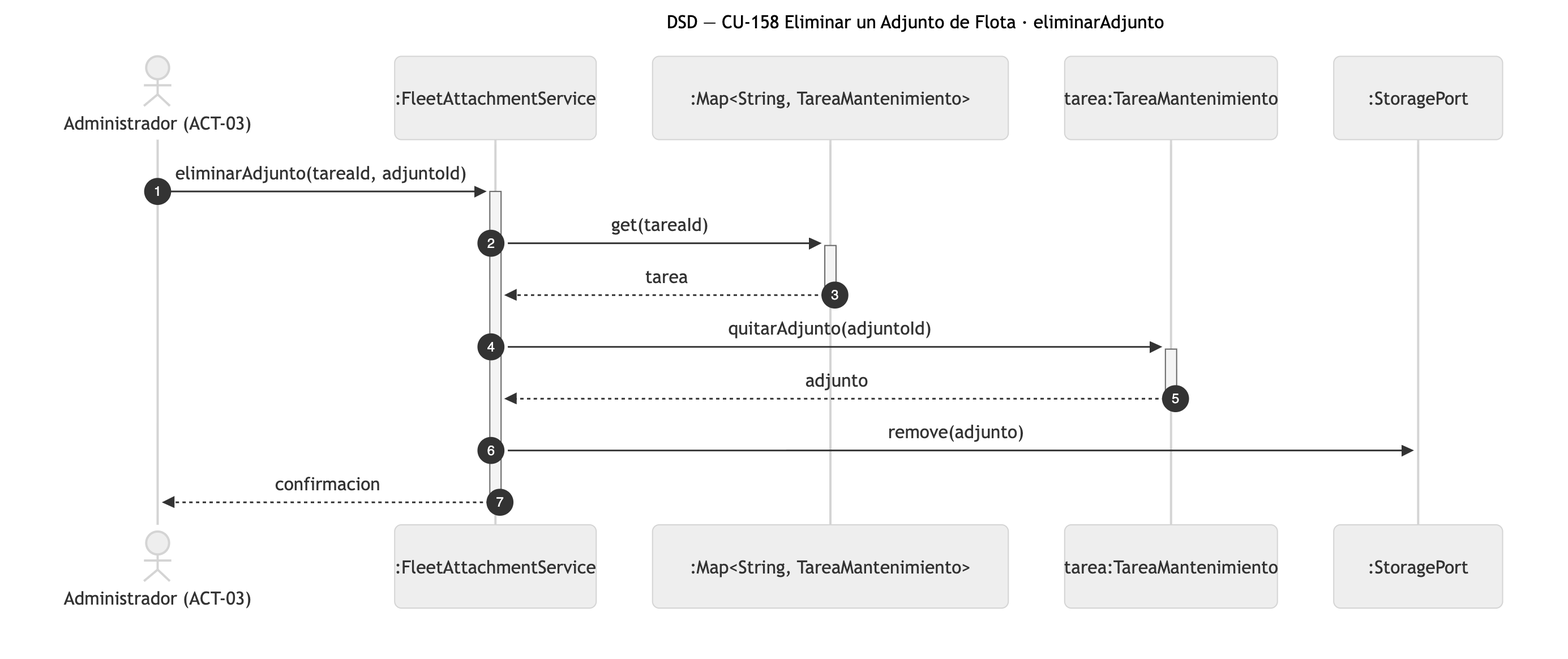
The Mermaid diagram diagramas/png/DSD_CU-158_eliminarAdjunto.png in Nahuelito-Dev/splg-docs, before a commit. Its source is kept beside it as diagramas/DSD_CU-158_eliminarAdjunto.mmd.
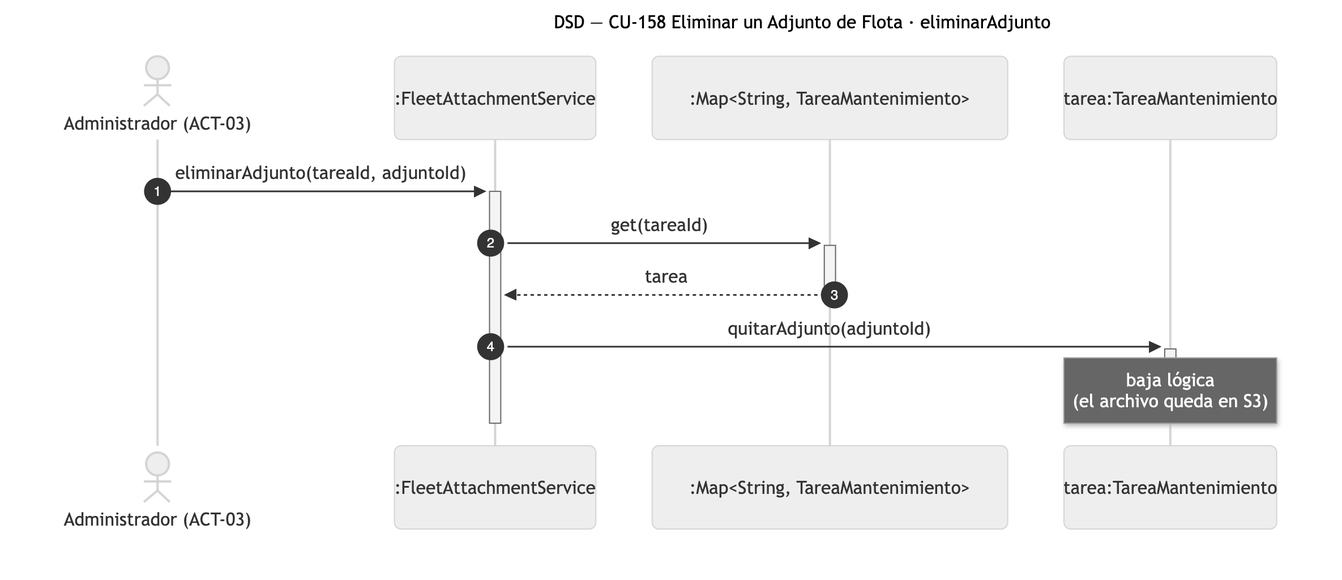
The same file after the commit.

The edit, as a diff of the source:
```diff
@@ -5,12 +5,11 @@
     participant SRV as :FleetAttachmentService
     participant COL as :Map#lt;String, TareaMantenimiento#gt;
     participant TAR as tarea:TareaMantenimiento
-    participant STO as :StoragePort
 
     ADM->>+SRV: eliminarAdjunto(tareaId, adjuntoId)
     SRV->>+COL: get(tareaId)
     COL-->>-SRV: tarea
     SRV->>+TAR: quitarAdjunto(adjuntoId)
-    TAR-->>-SRV: adjunto
-    SRV->>STO: remove(adjunto)
-    SRV-->>-ADM: confirmacion
+    Note over TAR: baja lógica<br/>(el archivo queda en S3)
+    deactivate TAR
+    deactivate SRV
```
